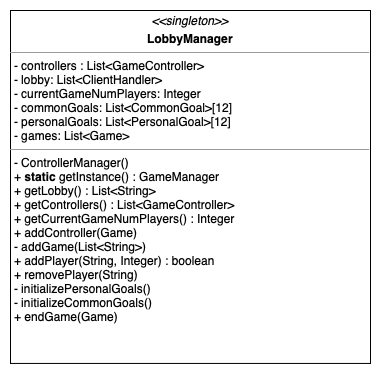
LucaBardaPoli/IS23-AM11 keeps this draw.io diagram as deliverables/highLevelUML/controller.png. Above is the earlier version. Source tidied: cells renumbered, new cells last; positions are measured from the earlier drawing's top-left corner, leaving out a move shared by most shapes. Its diagram source:
```xml
<mxGraphModel>
  <root>
    <mxCell id="0" />
    <mxCell id="1" parent="0" />
    <mxCell id="2" value="&lt;p style=&quot;margin:0px;margin-top:4px;text-align:center;&quot;&gt;&lt;i style=&quot;border-color: var(--border-color);&quot;&gt;&amp;lt;&amp;lt;singleton&amp;gt;&amp;gt;&lt;/i&gt;&lt;b&gt;&lt;br&gt;&lt;/b&gt;&lt;/p&gt;&lt;p style=&quot;margin:0px;margin-top:4px;text-align:center;&quot;&gt;&lt;b&gt;LobbyManager&lt;/b&gt;&lt;/p&gt;&lt;hr size=&quot;1&quot;&gt;&lt;p style=&quot;margin:0px;margin-left:4px;&quot;&gt;- controllers : List&amp;lt;GameController&amp;gt;&lt;/p&gt;&lt;p style=&quot;margin:0px;margin-left:4px;&quot;&gt;- lobby: List&amp;lt;ClientHandler&amp;gt;&lt;/p&gt;&lt;p style=&quot;margin:0px;margin-left:4px;&quot;&gt;- currentGameNumPlayers: Integer&lt;/p&gt;&lt;p style=&quot;margin:0px;margin-left:4px;&quot;&gt;- commonGoals: List&amp;lt;CommonGoal&amp;gt;[12]&lt;/p&gt;&lt;p style=&quot;margin:0px;margin-left:4px;&quot;&gt;- personalGoals: List&amp;lt;PersonalGoal&amp;gt;[12]&lt;br&gt;&lt;/p&gt;&lt;p style=&quot;margin:0px;margin-left:4px;&quot;&gt;- games: List&amp;lt;Game&amp;gt;&lt;/p&gt;&lt;hr size=&quot;1&quot;&gt;&lt;p style=&quot;margin:0px;margin-left:4px;&quot;&gt;- ControllerManager()&lt;/p&gt;&lt;p style=&quot;margin:0px;margin-left:4px;&quot;&gt;+ &lt;b&gt;static&lt;/b&gt; getInstance() : GameManager&lt;/p&gt;&lt;p style=&quot;margin:0px;margin-left:4px;&quot;&gt;+ getLobby() : List&amp;lt;String&amp;gt;&lt;/p&gt;&lt;p style=&quot;margin:0px;margin-left:4px;&quot;&gt;+ getControllers() : List&amp;lt;GameController&amp;gt;&lt;/p&gt;&lt;p style=&quot;margin:0px;margin-left:4px;&quot;&gt;+ getCurrentGameNumPlayers() : Integer&lt;/p&gt;&lt;p style=&quot;margin:0px;margin-left:4px;&quot;&gt;+ addController(Game)&lt;/p&gt;&lt;p style=&quot;margin:0px;margin-left:4px;&quot;&gt;- addGame(List&amp;lt;String&amp;gt;)&lt;/p&gt;&lt;p style=&quot;margin:0px;margin-left:4px;&quot;&gt;+ addPlayer(String, Integer) : boolean&lt;/p&gt;&lt;p style=&quot;margin:0px;margin-left:4px;&quot;&gt;+ removePlayer(String)&lt;/p&gt;&lt;p style=&quot;margin:0px;margin-left:4px;&quot;&gt;- initializePersonalGoals()&lt;/p&gt;&lt;p style=&quot;margin:0px;margin-left:4px;&quot;&gt;- initializeCommonGoals()&lt;/p&gt;&lt;p style=&quot;margin:0px;margin-left:4px;&quot;&gt;+ endGame(Game)&lt;/p&gt;" style="verticalAlign=top;align=left;overflow=fill;fontSize=12;fontFamily=Helvetica;html=1;rounded=0;shadow=0;comic=0;labelBackgroundColor=none;strokeWidth=1;" parent="1" vertex="1">
      <mxGeometry width="360" height="352.9" as="geometry" />
    </mxCell>
  </root>
</mxGraphModel>
```
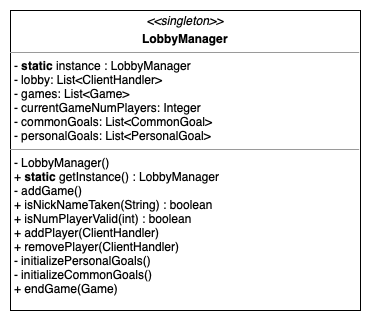
Above is the later version.

Change to the diagram source:
```diff
@@ -2,8 +2,8 @@
   <root>
     <mxCell id="0" />
     <mxCell id="1" parent="0" />
-    <mxCell id="2" value="&lt;p style=&quot;margin:0px;margin-top:4px;text-align:center;&quot;&gt;&lt;i style=&quot;border-color: var(--border-color);&quot;&gt;&amp;lt;&amp;lt;singleton&amp;gt;&amp;gt;&lt;/i&gt;&lt;b&gt;&lt;br&gt;&lt;/b&gt;&lt;/p&gt;&lt;p style=&quot;margin:0px;margin-top:4px;text-align:center;&quot;&gt;&lt;b&gt;LobbyManager&lt;/b&gt;&lt;/p&gt;&lt;hr size=&quot;1&quot;&gt;&lt;p style=&quot;margin:0px;margin-left:4px;&quot;&gt;- controllers : List&amp;lt;GameController&amp;gt;&lt;/p&gt;&lt;p style=&quot;margin:0px;margin-left:4px;&quot;&gt;- lobby: List&amp;lt;ClientHandler&amp;gt;&lt;/p&gt;&lt;p style=&quot;margin:0px;margin-left:4px;&quot;&gt;- currentGameNumPlayers: Integer&lt;/p&gt;&lt;p style=&quot;margin:0px;margin-left:4px;&quot;&gt;- commonGoals: List&amp;lt;CommonGoal&amp;gt;[12]&lt;/p&gt;&lt;p style=&quot;margin:0px;margin-left:4px;&quot;&gt;- personalGoals: List&amp;lt;PersonalGoal&amp;gt;[12]&lt;br&gt;&lt;/p&gt;&lt;p style=&quot;margin:0px;margin-left:4px;&quot;&gt;- games: List&amp;lt;Game&amp;gt;&lt;/p&gt;&lt;hr size=&quot;1&quot;&gt;&lt;p style=&quot;margin:0px;margin-left:4px;&quot;&gt;- ControllerManager()&lt;/p&gt;&lt;p style=&quot;margin:0px;margin-left:4px;&quot;&gt;+ &lt;b&gt;static&lt;/b&gt; getInstance() : GameManager&lt;/p&gt;&lt;p style=&quot;margin:0px;margin-left:4px;&quot;&gt;+ getLobby() : List&amp;lt;String&amp;gt;&lt;/p&gt;&lt;p style=&quot;margin:0px;margin-left:4px;&quot;&gt;+ getControllers() : List&amp;lt;GameController&amp;gt;&lt;/p&gt;&lt;p style=&quot;margin:0px;margin-left:4px;&quot;&gt;+ getCurrentGameNumPlayers() : Integer&lt;/p&gt;&lt;p style=&quot;margin:0px;margin-left:4px;&quot;&gt;+ addController(Game)&lt;/p&gt;&lt;p style=&quot;margin:0px;margin-left:4px;&quot;&gt;- addGame(List&amp;lt;String&amp;gt;)&lt;/p&gt;&lt;p style=&quot;margin:0px;margin-left:4px;&quot;&gt;+ addPlayer(String, Integer) : boolean&lt;/p&gt;&lt;p style=&quot;margin:0px;margin-left:4px;&quot;&gt;+ removePlayer(String)&lt;/p&gt;&lt;p style=&quot;margin:0px;margin-left:4px;&quot;&gt;- initializePersonalGoals()&lt;/p&gt;&lt;p style=&quot;margin:0px;margin-left:4px;&quot;&gt;- initializeCommonGoals()&lt;/p&gt;&lt;p style=&quot;margin:0px;margin-left:4px;&quot;&gt;+ endGame(Game)&lt;/p&gt;" style="verticalAlign=top;align=left;overflow=fill;fontSize=12;fontFamily=Helvetica;html=1;rounded=0;shadow=0;comic=0;labelBackgroundColor=none;strokeWidth=1;" parent="1" vertex="1">
-      <mxGeometry width="360" height="352.9" as="geometry" />
+    <mxCell id="2" value="&lt;p style=&quot;margin:0px;margin-top:4px;text-align:center;&quot;&gt;&lt;i style=&quot;border-color: var(--border-color);&quot;&gt;&amp;lt;&amp;lt;singleton&amp;gt;&amp;gt;&lt;/i&gt;&lt;b&gt;&lt;br&gt;&lt;/b&gt;&lt;/p&gt;&lt;p style=&quot;margin:0px;margin-top:4px;text-align:center;&quot;&gt;&lt;b&gt;LobbyManager&lt;/b&gt;&lt;/p&gt;&lt;hr size=&quot;1&quot;&gt;&lt;p style=&quot;margin:0px;margin-left:4px;&quot;&gt;- &lt;b&gt;static&lt;/b&gt;&amp;nbsp;instance : LobbyManager&lt;/p&gt;&lt;p style=&quot;margin:0px;margin-left:4px;&quot;&gt;- lobby: List&amp;lt;ClientHandler&amp;gt;&lt;/p&gt;&lt;p style=&quot;margin:0px;margin-left:4px;&quot;&gt;- games: List&amp;lt;Game&amp;gt;&lt;/p&gt;&lt;p style=&quot;margin:0px;margin-left:4px;&quot;&gt;- currentGameNumPlayers: Integer&lt;/p&gt;&lt;p style=&quot;margin:0px;margin-left:4px;&quot;&gt;- commonGoals: List&amp;lt;CommonGoal&amp;gt;&lt;/p&gt;&lt;p style=&quot;margin:0px;margin-left:4px;&quot;&gt;- personalGoals: List&amp;lt;PersonalGoal&amp;gt;&lt;/p&gt;&lt;hr size=&quot;1&quot;&gt;&lt;p style=&quot;margin:0px;margin-left:4px;&quot;&gt;- LobbyManager()&lt;/p&gt;&lt;p style=&quot;margin:0px;margin-left:4px;&quot;&gt;+ &lt;b&gt;static&lt;/b&gt; getInstance() : LobbyManager&lt;/p&gt;&lt;p style=&quot;margin:0px;margin-left:4px;&quot;&gt;- addGame()&lt;/p&gt;&lt;p style=&quot;margin:0px;margin-left:4px;&quot;&gt;+ isNickNameTaken(String) : boolean&lt;/p&gt;&lt;p style=&quot;margin:0px;margin-left:4px;&quot;&gt;+ isNumPlayerValid(int) : boolean&lt;/p&gt;&lt;p style=&quot;margin:0px;margin-left:4px;&quot;&gt;+ addPlayer(ClientHandler)&lt;/p&gt;&lt;p style=&quot;margin:0px;margin-left:4px;&quot;&gt;+ removePlayer(ClientHandler)&lt;/p&gt;&lt;p style=&quot;margin:0px;margin-left:4px;&quot;&gt;- initializePersonalGoals()&lt;/p&gt;&lt;p style=&quot;margin:0px;margin-left:4px;&quot;&gt;- initializeCommonGoals()&lt;/p&gt;&lt;p style=&quot;margin:0px;margin-left:4px;&quot;&gt;+ endGame(Game)&lt;/p&gt;" style="verticalAlign=top;align=left;overflow=fill;fontSize=12;fontFamily=Helvetica;html=1;rounded=0;shadow=0;comic=0;labelBackgroundColor=none;strokeWidth=1;" parent="1" vertex="1">
+      <mxGeometry width="350" height="300" as="geometry" />
     </mxCell>
   </root>
 </mxGraphModel>
```
